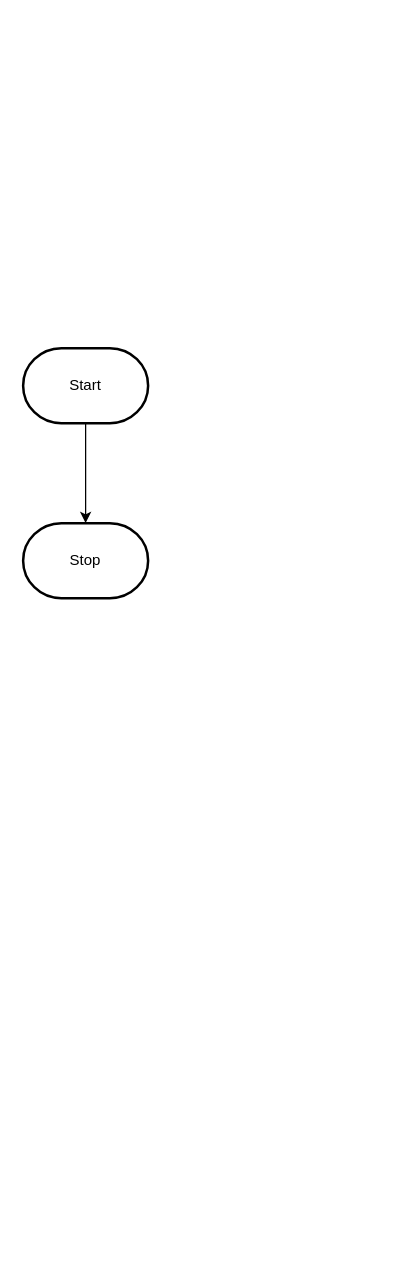
This is design/flowchart.drawio from MTHS-ICD2O-1-2023/ICD2O-Unit-5-08-tymofii-stepanov, a draw.io file, before an edit. Source tidied: cells renumbered, new cells numbered last; positions are measured from the earlier drawing's top-left corner, leaving out a move shared by most shapes. Both pictures are drawn from the tidied source at 125%, with x=0, y=0 at pixel (22, 348).
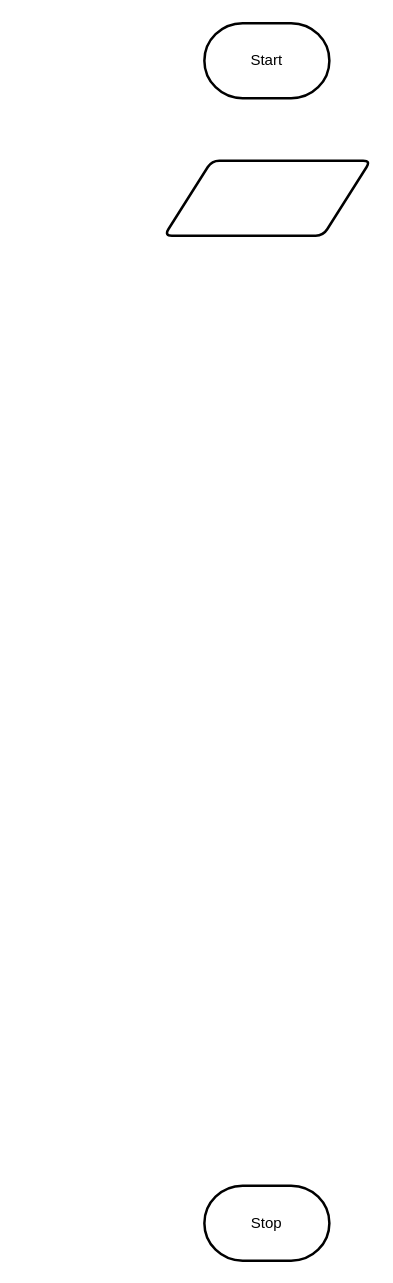
The same page after the edit.

What changed in the source:
```diff
@@
 <mxGraphModel>
   <root>
     <mxCell id="0" />
     <mxCell id="1" parent="0" />
-    <mxCell id="2" style="edgeStyle=orthogonalEdgeStyle;html=1;rounded=0;" parent="1" edge="1" source="3" target="4">
-      <mxGeometry relative="1" as="geometry" />
-    </mxCell>
     <mxCell id="3" value="Start" style="strokeWidth=2;html=1;shape=mxgraph.flowchart.terminator;whiteSpace=wrap;" parent="1" vertex="1">
-      <mxGeometry width="100" height="60" as="geometry" />
+      <mxGeometry x="145" y="-260" width="100" height="60" as="geometry" />
     </mxCell>
     <mxCell id="4" value="Stop" style="strokeWidth=2;html=1;shape=mxgraph.flowchart.terminator;whiteSpace=wrap;" parent="1" vertex="1">
-      <mxGeometry y="140" width="100" height="60" as="geometry" />
+      <mxGeometry x="145" y="670" width="100" height="60" as="geometry" />
     </mxCell>
+    <mxCell id="5" style="shape=parallelogram;html=1;strokeWidth=2;perimeter=parallelogramPerimeter;whiteSpace=wrap;rounded=1;arcSize=12;size=0.23;" parent="1" vertex="1">
+      <mxGeometry x="113" y="-150" width="165" height="60" as="geometry" />
+    </mxCell>
   </root>
 </mxGraphModel>
```
